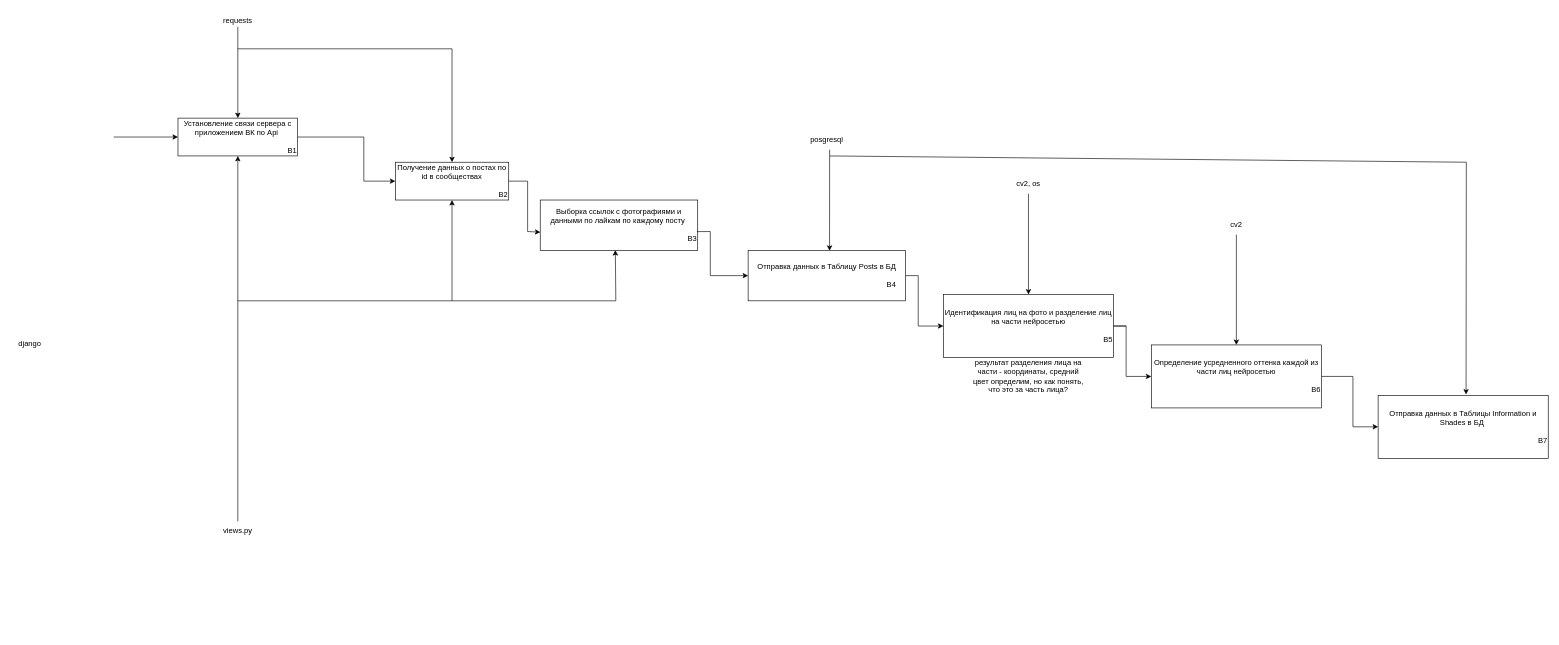
The draw.io diagram page "Сбор статистики" (6 of 8) of documentation/Диаграмма без названия.drawio in DashaTkach/Project, before the edit. Source tidied: cells renumbered, new cells numbered last; positions are measured from the earlier drawing's top-left corner, leaving out a move shared by most shapes. Both pictures are drawn from the tidied source at 63%, with x=0, y=0 at pixel (11, 11).
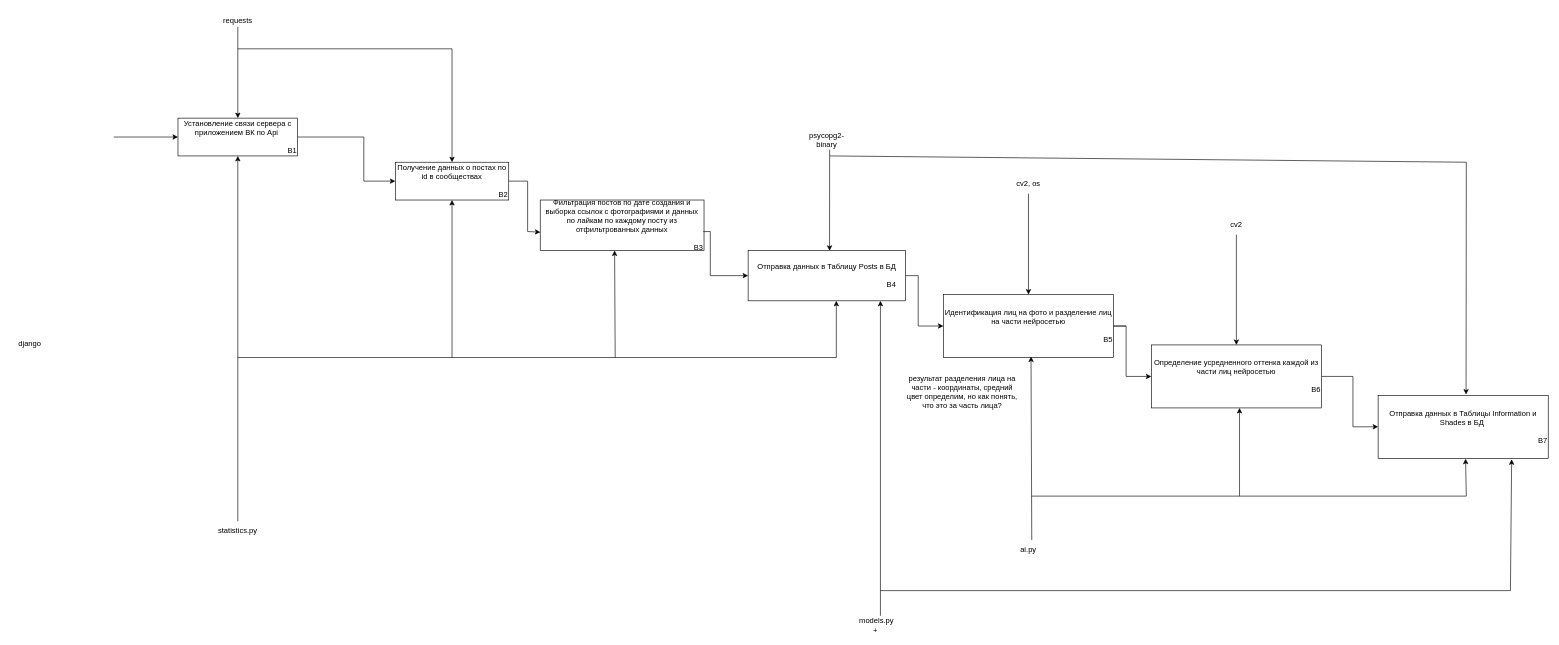
After the change.

Unchanged cells that the change refers to:
```xml
<mxCell id="4" value="Получение данных о постах по id в сообществах&lt;br&gt;&lt;br&gt;&lt;div style=&quot;text-align: right;&quot;&gt;&lt;span style=&quot;background-color: initial;&quot;&gt;B2&lt;/span&gt;&lt;/div&gt;" style="rounded=0;whiteSpace=wrap;html=1;" parent="1" vertex="1">
  <mxGeometry x="610" y="240" width="180" height="60" as="geometry" />
</mxCell>
<mxCell id="5" value="&lt;div style=&quot;&quot;&gt;Идентификация лиц на фото и разделение лиц на части нейросетью&lt;/div&gt;&lt;div style=&quot;&quot;&gt;&lt;br&gt;&lt;/div&gt;&lt;div style=&quot;text-align: right;&quot;&gt;B5&lt;/div&gt;" style="rounded=0;whiteSpace=wrap;html=1;align=center;" parent="1" vertex="1">
  <mxGeometry x="1480" y="450" width="270" height="100" as="geometry" />
</mxCell>
<mxCell id="19" value="&lt;div style=&quot;&quot;&gt;Отправка данных в Таблицы Information и Shades в БД&amp;nbsp;&lt;/div&gt;&lt;div style=&quot;&quot;&gt;&lt;br&gt;&lt;/div&gt;&lt;div style=&quot;text-align: right;&quot;&gt;B7&lt;/div&gt;" style="rounded=0;whiteSpace=wrap;html=1;align=center;" parent="1" vertex="1">
  <mxGeometry x="2170" y="610" width="270" height="100" as="geometry" />
</mxCell>
```

Diff of the diagram source:
```diff
@@
-    <mxCell id="3" value="Выборка ссылок с фотографиями и данными по лайкам по каждому посту&amp;nbsp;&lt;br&gt;&lt;br&gt;&lt;div style=&quot;text-align: right;&quot;&gt;B3&lt;br&gt;&lt;/div&gt;" style="rounded=0;whiteSpace=wrap;html=1;" parent="1" vertex="1">
-      <mxGeometry x="840" y="300" width="250" height="80" as="geometry" />
+    <mxCell id="3" value="Фильтрация постов по дате создания и выборка ссылок с фотографиями и данных по лайкам по каждому посту из отфильтрованных данных&lt;br&gt;&lt;br&gt;&lt;div style=&quot;text-align: right;&quot;&gt;B3&lt;br&gt;&lt;/div&gt;" style="rounded=0;whiteSpace=wrap;html=1;" parent="1" vertex="1">
+      <mxGeometry x="840" y="300" width="260" height="80" as="geometry" />
     </mxCell>
@@
-    <mxCell id="13" style="endArrow=classic;html=1;rounded=0;exitX=0.5;exitY=0;exitDx=0;exitDy=0;entryX=0.5;entryY=1;entryDx=0;entryDy=0;" parent="1" edge="1" target="4">
+    <mxCell id="13" style="endArrow=classic;html=1;rounded=0;entryX=0.5;entryY=1;entryDx=0;entryDy=0;" parent="1" edge="1" target="4">
       <mxGeometry relative="1" as="geometry">
-        <mxPoint x="700" y="460" as="sourcePoint" />
+        <mxPoint x="700" y="550" as="sourcePoint" />
       </mxGeometry>
     </mxCell>
@@
     <mxCell id="15" style="endArrow=none;html=1;rounded=0;" parent="1" edge="1">
       <mxGeometry relative="1" as="geometry">
-        <mxPoint x="360" y="460" as="sourcePoint" />
-        <mxPoint x="960" y="460" as="targetPoint" />
+        <mxPoint x="360" y="550" as="sourcePoint" />
+        <mxPoint x="1310" y="550" as="targetPoint" />
       </mxGeometry>
     </mxCell>
@@
     <mxCell id="21" value="результат разделения лица на части - координаты, средний цвет определим, но как понять, что это за часть лица?" style="text;html=1;align=center;verticalAlign=middle;whiteSpace=wrap;rounded=0;" parent="1" vertex="1">
-      <mxGeometry x="1525" y="565" width="180" height="30" as="geometry" />
+      <mxGeometry x="1420" y="590" width="180" height="30" as="geometry" />
     </mxCell>
@@
-    <mxCell id="26" style="endArrow=classic;html=1;rounded=0;entryX=0.477;entryY=0.994;entryDx=0;entryDy=0;entryPerimeter=0;" parent="1" edge="1" target="3">
+    <mxCell id="26" style="endArrow=classic;html=1;rounded=0;entryX=0.454;entryY=1.002;entryDx=0;entryDy=0;entryPerimeter=0;" parent="1" edge="1" target="3">
       <mxGeometry relative="1" as="geometry">
-        <mxPoint x="960" y="460" as="sourcePoint" />
+        <mxPoint x="959" y="550" as="sourcePoint" />
       </mxGeometry>
     </mxCell>
-    <mxCell id="27" value="views.py" style="text;html=1;align=center;verticalAlign=middle;whiteSpace=wrap;rounded=0;" parent="1" vertex="1">
+    <mxCell id="27" value="statistics.py" style="text;html=1;align=center;verticalAlign=middle;whiteSpace=wrap;rounded=0;" parent="1" vertex="1">
       <mxGeometry x="330" y="810" width="60" height="30" as="geometry" />
     </mxCell>
@@
-    <mxCell id="29" value="posgresql" style="text;html=1;align=center;verticalAlign=middle;whiteSpace=wrap;rounded=0;" parent="1" vertex="1">
+    <mxCell id="29" value="psycopg2-binary" style="text;html=1;align=center;verticalAlign=middle;whiteSpace=wrap;rounded=0;" parent="1" vertex="1">
       <mxGeometry x="1265" y="190" width="60" height="30" as="geometry" />
     </mxCell>
@@
+    <mxCell id="35" style="endArrow=classic;html=1;rounded=0;entryX=0.477;entryY=0.994;entryDx=0;entryDy=0;entryPerimeter=0;" parent="1" edge="1">
+      <mxGeometry relative="1" as="geometry">
+        <mxPoint x="1310" y="550" as="sourcePoint" />
+        <mxPoint x="1310" y="460" as="targetPoint" />
+      </mxGeometry>
+    </mxCell>
+    <mxCell id="36" value="ai.py" style="text;html=1;align=center;verticalAlign=middle;whiteSpace=wrap;rounded=0;" parent="1" vertex="1">
+      <mxGeometry x="1585" y="840" width="60" height="30" as="geometry" />
+    </mxCell>
+    <mxCell id="37" style="endArrow=classic;html=1;rounded=0;exitX=0.587;exitY=-0.002;exitDx=0;exitDy=0;entryX=0.515;entryY=0.984;entryDx=0;entryDy=0;exitPerimeter=0;entryPerimeter=0;" parent="1" edge="1" source="36" target="5">
+      <mxGeometry relative="1" as="geometry" />
+    </mxCell>
+    <mxCell id="38" style="endArrow=none;html=1;rounded=0;" parent="1" edge="1">
+      <mxGeometry relative="1" as="geometry">
+        <mxPoint x="1620" y="770" as="sourcePoint" />
+        <mxPoint x="2310" y="770" as="targetPoint" />
+      </mxGeometry>
+    </mxCell>
+    <mxCell id="39" style="endArrow=classic;html=1;rounded=0;entryX=0.515;entryY=0.984;entryDx=0;entryDy=0;entryPerimeter=0;" parent="1" edge="1">
+      <mxGeometry relative="1" as="geometry">
+        <mxPoint x="1950" y="770" as="sourcePoint" />
+        <mxPoint x="1950" y="630" as="targetPoint" />
+      </mxGeometry>
+    </mxCell>
+    <mxCell id="40" style="endArrow=classic;html=1;rounded=0;entryX=0.514;entryY=1.007;entryDx=0;entryDy=0;entryPerimeter=0;" parent="1" edge="1" target="19">
+      <mxGeometry relative="1" as="geometry">
+        <mxPoint x="2310" y="770" as="sourcePoint" />
+      </mxGeometry>
+    </mxCell>
+    <mxCell id="41" style="endArrow=none;html=1;rounded=0;" parent="1" edge="1">
+      <mxGeometry relative="1" as="geometry">
+        <mxPoint x="1380" y="920" as="sourcePoint" />
+        <mxPoint x="2380" y="920" as="targetPoint" />
+      </mxGeometry>
+    </mxCell>
+    <mxCell id="42" style="endArrow=classic;html=1;rounded=0;entryX=0.515;entryY=0.984;entryDx=0;entryDy=0;entryPerimeter=0;" parent="1" edge="1">
+      <mxGeometry relative="1" as="geometry">
+        <mxPoint x="1380" y="960" as="sourcePoint" />
+        <mxPoint x="1380" y="460" as="targetPoint" />
+      </mxGeometry>
+    </mxCell>
+    <mxCell id="43" value="models.py +&amp;nbsp;" style="text;html=1;align=center;verticalAlign=middle;whiteSpace=wrap;rounded=0;" parent="1" vertex="1">
+      <mxGeometry x="1344" y="960" width="60" height="30" as="geometry" />
+    </mxCell>
+    <mxCell id="44" style="endArrow=classic;html=1;rounded=0;entryX=0.785;entryY=1.017;entryDx=0;entryDy=0;entryPerimeter=0;" parent="1" edge="1" target="19">
+      <mxGeometry relative="1" as="geometry">
+        <mxPoint x="2380" y="920" as="sourcePoint" />
+      </mxGeometry>
+    </mxCell>
```
